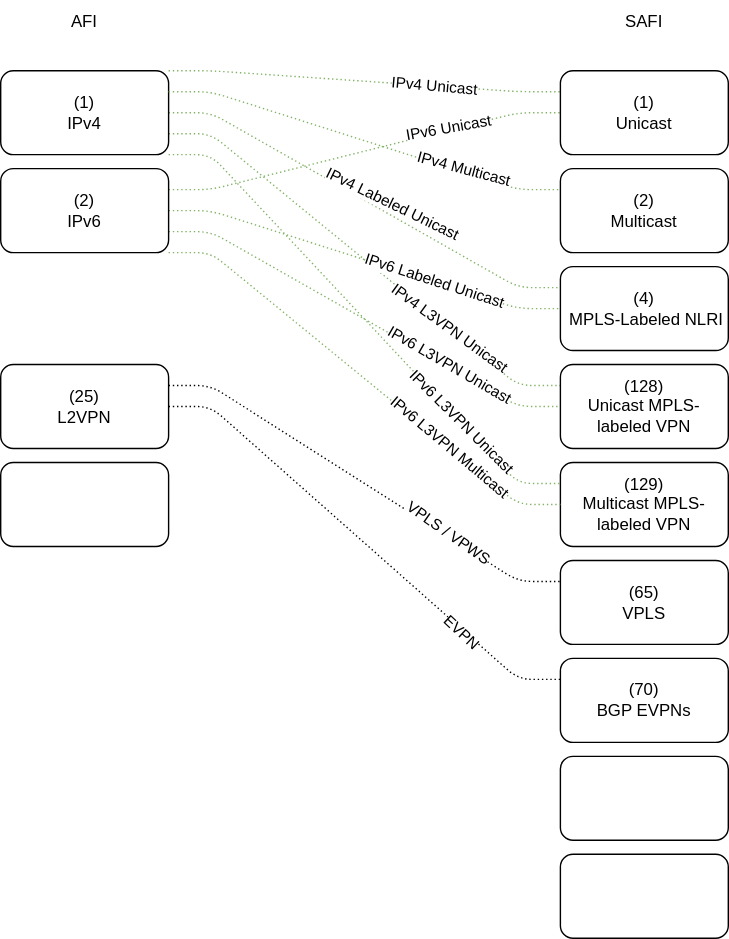
Before: source/_posts/address-family/mpbgp-visual.drawio.svg, a diagram exported from draw.io (martyrsmith/martyrsmith.github.io). Source tidied: cells renumbered, new cells last; positions are measured from the earlier drawing's top-left corner, leaving out a move shared by most shapes.
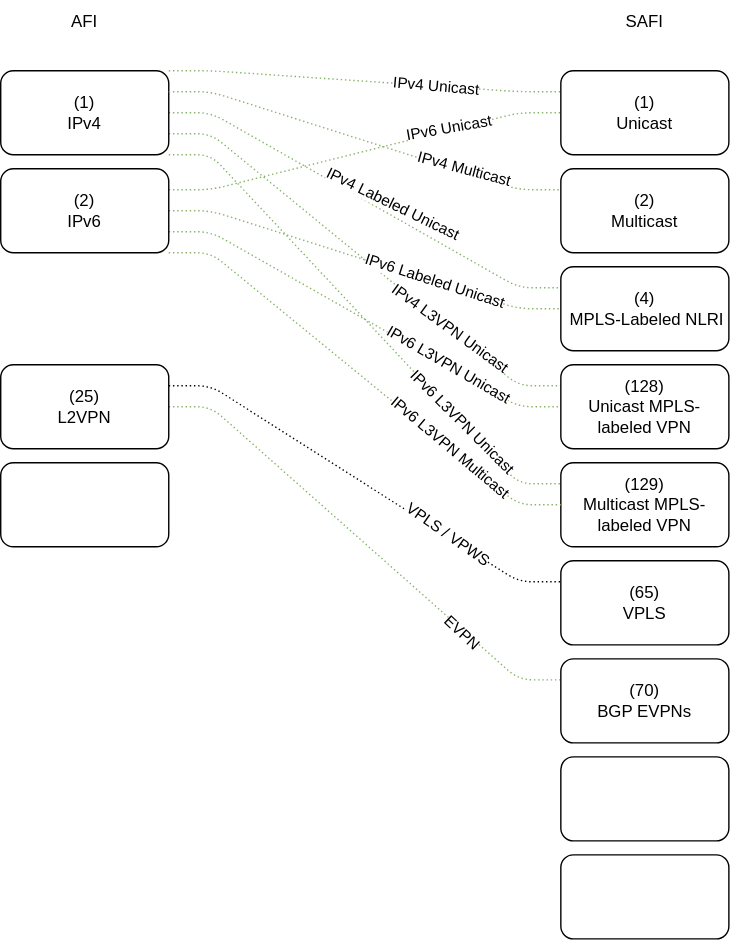
Above is the later version.

Diff of the diagram source:
```diff
@@ -62,7 +62,7 @@
         <mxPoint x="152" y="95" as="offset" />
       </mxGeometry>
     </mxCell>
-    <mxCell id="18" style="rounded=1;jumpStyle=none;jettySize=auto;html=1;exitX=1;exitY=0.5;exitDx=0;exitDy=0;entryX=0;entryY=0.25;entryDx=0;entryDy=0;endArrow=none;endFill=0;targetPerimeterSpacing=28;edgeStyle=entityRelationEdgeStyle;dashed=1;strokeWidth=1;dashPattern=1 2;shadow=0;sketch=0;" parent="1" edge="1" source="20" target="27">
+    <mxCell id="18" style="rounded=1;jumpStyle=none;jettySize=auto;html=1;exitX=1;exitY=0.5;exitDx=0;exitDy=0;entryX=0;entryY=0.25;entryDx=0;entryDy=0;endArrow=none;endFill=0;targetPerimeterSpacing=28;edgeStyle=entityRelationEdgeStyle;dashed=1;strokeWidth=1;dashPattern=1 2;shadow=0;sketch=0;fillColor=#d5e8d4;strokeColor=#82b366;" parent="1" edge="1" source="20" target="27">
       <mxGeometry relative="1" as="geometry" />
     </mxCell>
     <mxCell id="19" value="EVPN" style="edgeLabel;html=1;align=center;verticalAlign=middle;rotation=43;" parent="18" vertex="1">
```
